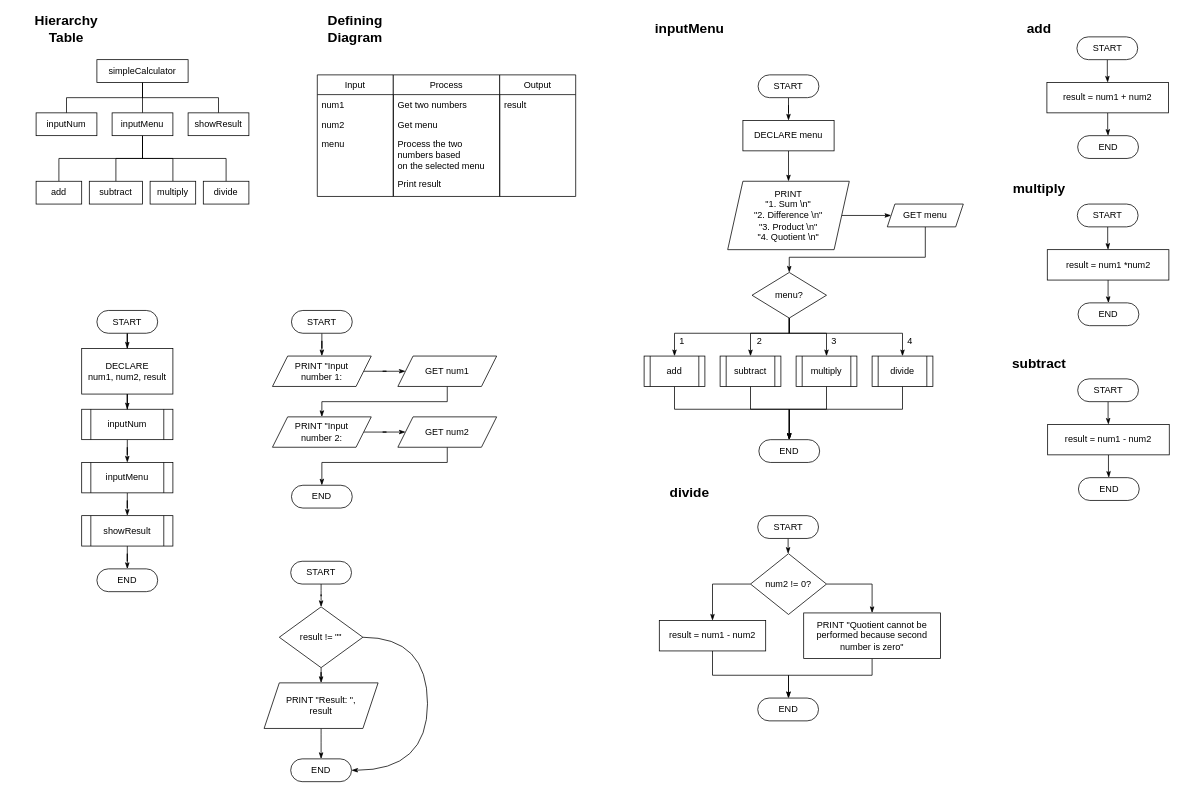
This is IF130/Lecture05/Exercise1.drawio from itshiroto/UMN-firstterm, a draw.io file, before an edit. Source tidied: cells renumbered, new cells numbered last; positions are measured from the earlier drawing's top-left corner, leaving out a move shared by most shapes. Both pictures are drawn from the tidied source at 76%, with x=0, y=0 at pixel (28, 14).
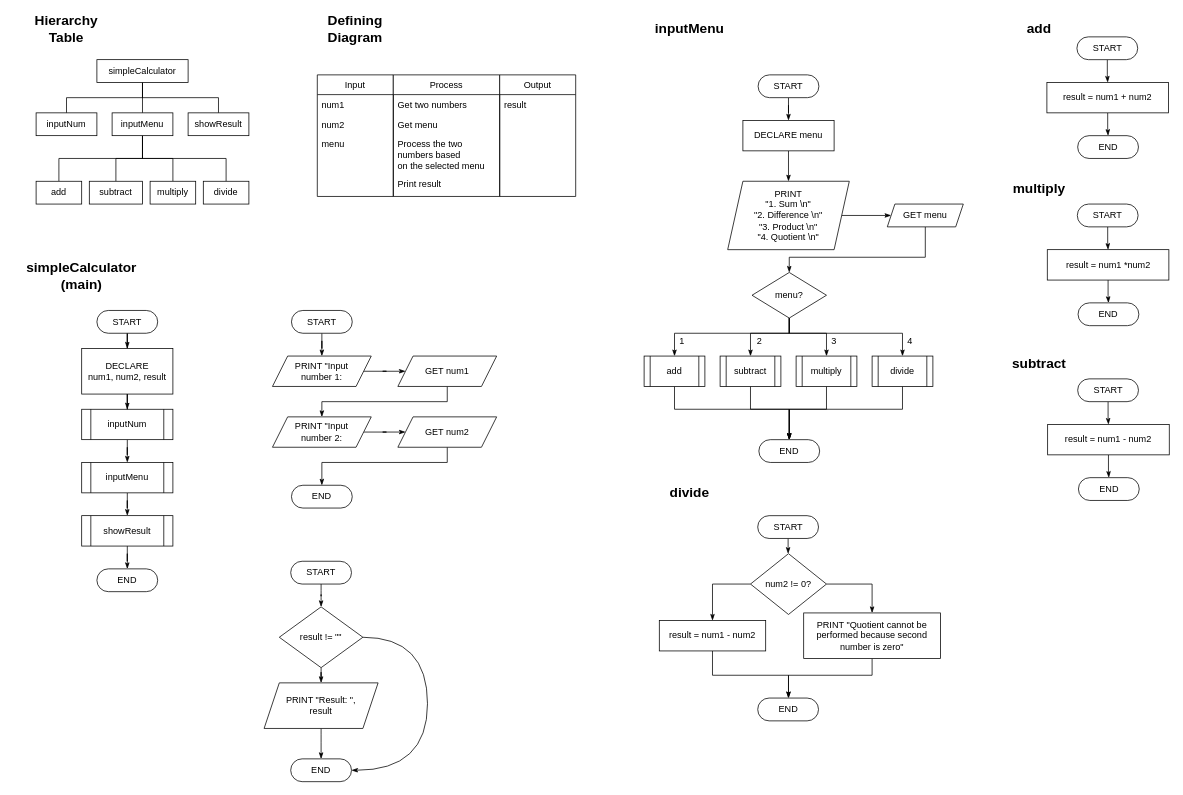
After the change.

The edit, as a diff of the source:
```diff
@@
+    <mxCell id="116" value="&lt;div&gt;simpleCalculator (main)&lt;/div&gt;" style="text;html=1;strokeColor=none;fillColor=none;align=center;verticalAlign=middle;whiteSpace=wrap;rounded=0;fontStyle=1;fontSize=18;" parent="1" vertex="1">
+      <mxGeometry x="-20" y="320" width="180" height="50" as="geometry" />
+    </mxCell>
```
